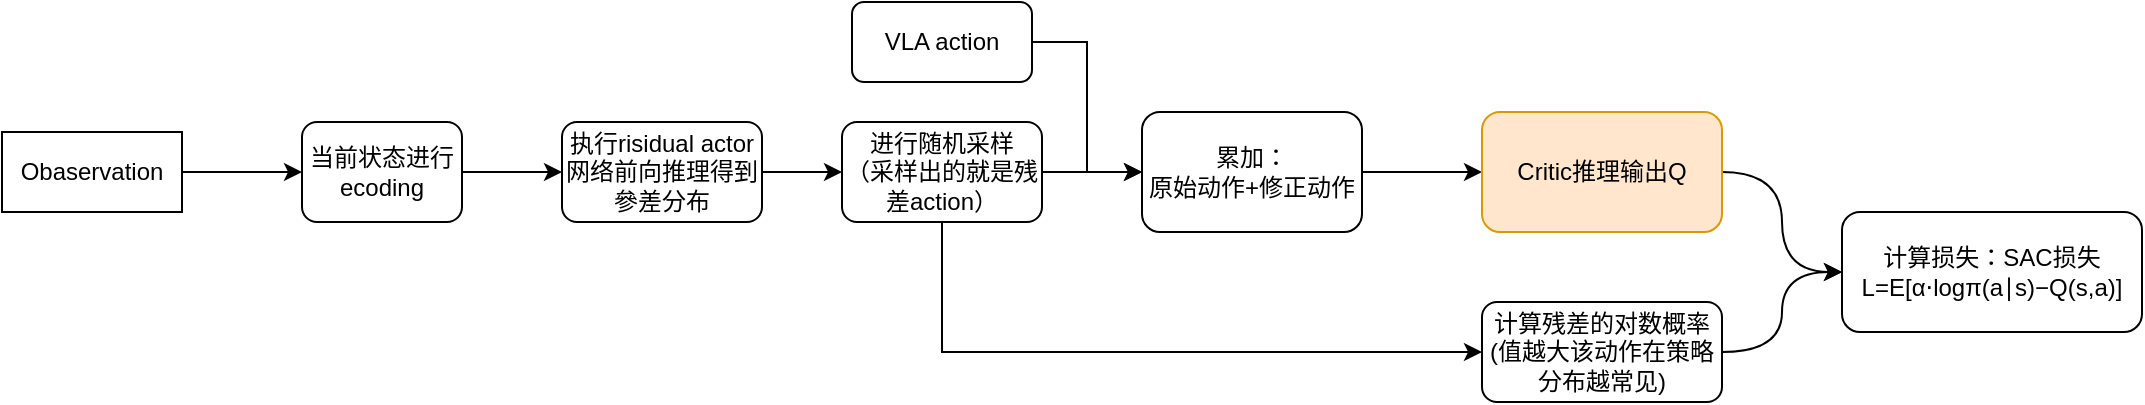
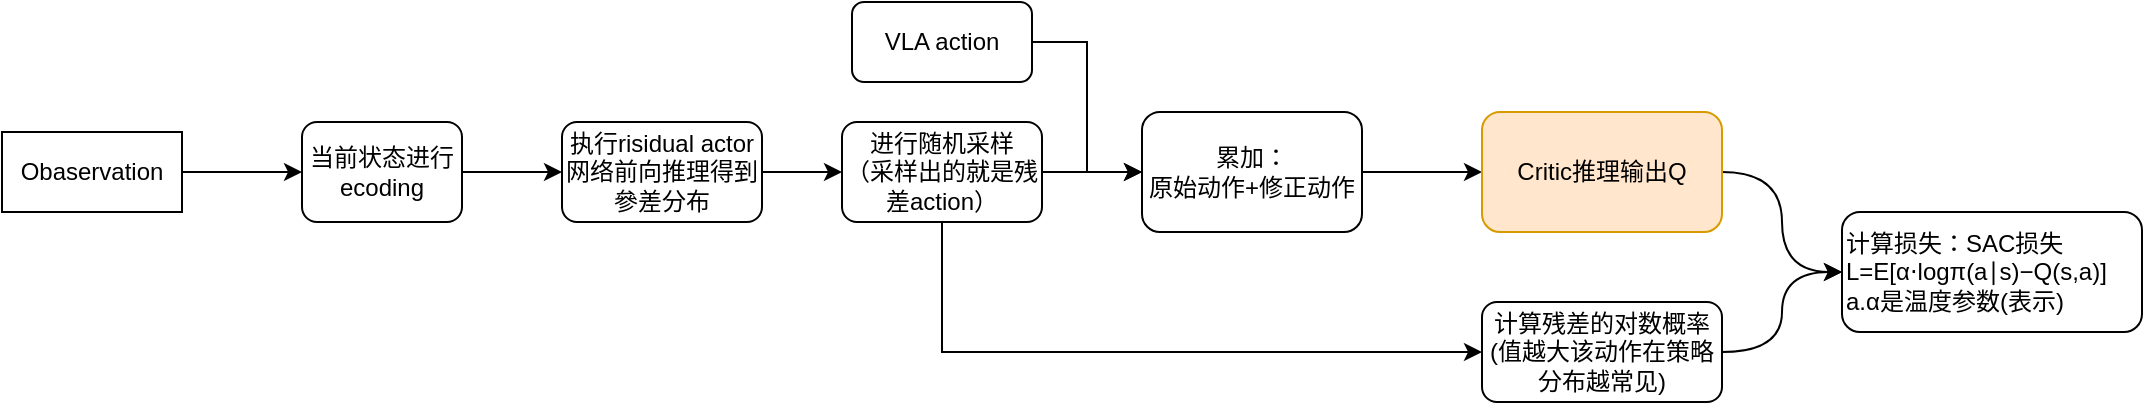
<mxfile host="app.diagrams.net">
  <diagram name="第 1 页" id="Xl2nalXjscSPXPMrPieM">
    <mxGraphModel dx="1223" dy="1125" grid="1" gridSize="10" guides="1" tooltips="1" connect="1" arrows="1" fold="1" page="1" pageScale="1" pageWidth="827" pageHeight="1169" math="0" shadow="0">
      <root>
        <mxCell id="0" />
        <mxCell id="1" parent="0" />
        <mxCell id="5m5IZYSdE89hOnIhnB_D-3" edge="1" parent="1" source="5m5IZYSdE89hOnIhnB_D-1" style="edgeStyle=orthogonalEdgeStyle;rounded=0;orthogonalLoop=1;jettySize=auto;html=1;" target="5m5IZYSdE89hOnIhnB_D-2" value="">
          <mxGeometry relative="1" as="geometry" />
        </mxCell>
        <mxCell id="5m5IZYSdE89hOnIhnB_D-1" parent="1" style="rounded=1;whiteSpace=wrap;html=1;" value="当前状态进行ecoding" vertex="1">
          <mxGeometry height="50" width="80" x="110" y="300" as="geometry" />
        </mxCell>
        <mxCell id="5m5IZYSdE89hOnIhnB_D-5" edge="1" parent="1" source="5m5IZYSdE89hOnIhnB_D-2" style="edgeStyle=orthogonalEdgeStyle;rounded=0;orthogonalLoop=1;jettySize=auto;html=1;" target="5m5IZYSdE89hOnIhnB_D-4" value="">
          <mxGeometry relative="1" as="geometry" />
        </mxCell>
        <mxCell id="5m5IZYSdE89hOnIhnB_D-2" parent="1" style="rounded=1;whiteSpace=wrap;html=1;" value="执行risidual actor网络前向推理得到參差分布" vertex="1">
          <mxGeometry height="50" width="100" x="240" y="300" as="geometry" />
        </mxCell>
        <mxCell id="5m5IZYSdE89hOnIhnB_D-7" edge="1" parent="1" source="5m5IZYSdE89hOnIhnB_D-4" style="edgeStyle=orthogonalEdgeStyle;rounded=0;orthogonalLoop=1;jettySize=auto;html=1;exitX=0.5;exitY=1;exitDx=0;exitDy=0;entryX=0;entryY=0.5;entryDx=0;entryDy=0;" target="5m5IZYSdE89hOnIhnB_D-6" value="">
          <mxGeometry relative="1" as="geometry" />
        </mxCell>
        <mxCell id="5m5IZYSdE89hOnIhnB_D-14" edge="1" parent="1" source="5m5IZYSdE89hOnIhnB_D-4" style="edgeStyle=orthogonalEdgeStyle;rounded=0;orthogonalLoop=1;jettySize=auto;html=1;exitX=1;exitY=0.5;exitDx=0;exitDy=0;entryX=0;entryY=0.5;entryDx=0;entryDy=0;" target="5m5IZYSdE89hOnIhnB_D-12">
          <mxGeometry relative="1" as="geometry" />
        </mxCell>
        <mxCell id="5m5IZYSdE89hOnIhnB_D-4" parent="1" style="rounded=1;whiteSpace=wrap;html=1;" value="进行随机采样&lt;br&gt;（采样出的就是残差action）" vertex="1">
          <mxGeometry height="50" width="100" x="380" y="300" as="geometry" />
        </mxCell>
        <mxCell id="5m5IZYSdE89hOnIhnB_D-19" edge="1" parent="1" source="5m5IZYSdE89hOnIhnB_D-6" style="edgeStyle=orthogonalEdgeStyle;rounded=0;orthogonalLoop=1;jettySize=auto;html=1;exitX=1;exitY=0.5;exitDx=0;exitDy=0;entryX=0;entryY=0.5;entryDx=0;entryDy=0;curved=1;" target="5m5IZYSdE89hOnIhnB_D-17">
          <mxGeometry relative="1" as="geometry" />
        </mxCell>
        <mxCell id="5m5IZYSdE89hOnIhnB_D-6" parent="1" style="rounded=1;whiteSpace=wrap;html=1;" value="计算残差的对数概率&lt;br&gt;(值越大该动作在策略分布越常见)" vertex="1">
          <mxGeometry height="50" width="120" x="700" y="390" as="geometry" />
        </mxCell>
        <mxCell id="5m5IZYSdE89hOnIhnB_D-9" edge="1" parent="1" source="5m5IZYSdE89hOnIhnB_D-8" style="edgeStyle=orthogonalEdgeStyle;rounded=0;orthogonalLoop=1;jettySize=auto;html=1;exitX=1;exitY=0.5;exitDx=0;exitDy=0;entryX=0;entryY=0.5;entryDx=0;entryDy=0;" target="5m5IZYSdE89hOnIhnB_D-1">
          <mxGeometry relative="1" as="geometry" />
        </mxCell>
        <mxCell id="5m5IZYSdE89hOnIhnB_D-8" parent="1" style="rounded=0;whiteSpace=wrap;html=1;" value="Obaservation" vertex="1">
          <mxGeometry height="40" width="90" x="-40" y="305" as="geometry" />
        </mxCell>
        <mxCell id="5m5IZYSdE89hOnIhnB_D-13" edge="1" parent="1" source="5m5IZYSdE89hOnIhnB_D-10" style="edgeStyle=orthogonalEdgeStyle;rounded=0;orthogonalLoop=1;jettySize=auto;html=1;exitX=1;exitY=0.5;exitDx=0;exitDy=0;entryX=0;entryY=0.5;entryDx=0;entryDy=0;" target="5m5IZYSdE89hOnIhnB_D-12">
          <mxGeometry relative="1" as="geometry" />
        </mxCell>
        <mxCell id="5m5IZYSdE89hOnIhnB_D-10" parent="1" style="rounded=1;whiteSpace=wrap;html=1;" value="VLA action" vertex="1">
          <mxGeometry height="40" width="90" x="385" y="240" as="geometry" />
        </mxCell>
        <mxCell id="5m5IZYSdE89hOnIhnB_D-16" edge="1" parent="1" source="5m5IZYSdE89hOnIhnB_D-12" style="edgeStyle=orthogonalEdgeStyle;rounded=0;orthogonalLoop=1;jettySize=auto;html=1;exitX=1;exitY=0.5;exitDx=0;exitDy=0;entryX=0;entryY=0.5;entryDx=0;entryDy=0;" target="5m5IZYSdE89hOnIhnB_D-15">
          <mxGeometry relative="1" as="geometry" />
        </mxCell>
        <mxCell id="5m5IZYSdE89hOnIhnB_D-12" parent="1" style="rounded=1;whiteSpace=wrap;html=1;" value="累加：&lt;br&gt;原始动作+修正动作" vertex="1">
          <mxGeometry height="60" width="110" x="530" y="295" as="geometry" />
        </mxCell>
        <mxCell id="5m5IZYSdE89hOnIhnB_D-18" edge="1" parent="1" source="5m5IZYSdE89hOnIhnB_D-15" style="edgeStyle=orthogonalEdgeStyle;rounded=0;orthogonalLoop=1;jettySize=auto;html=1;exitX=1;exitY=0.5;exitDx=0;exitDy=0;entryX=0;entryY=0.5;entryDx=0;entryDy=0;curved=1;" target="5m5IZYSdE89hOnIhnB_D-17">
          <mxGeometry relative="1" as="geometry" />
        </mxCell>
        <mxCell id="5m5IZYSdE89hOnIhnB_D-15" parent="1" style="rounded=1;whiteSpace=wrap;html=1;fillColor=#ffe6cc;strokeColor=#d79b00;" value="Critic推理输出Q" vertex="1">
          <mxGeometry height="60" width="120" x="700" y="295" as="geometry" />
        </mxCell>
-         <mxCell id="5m5IZYSdE89hOnIhnB_D-17" parent="1" style="rounded=1;whiteSpace=wrap;html=1;" value="计算损失：SAC损失&lt;br&gt;L=E[α⋅logπ(a∣s)−Q(s,a)]" vertex="1">
+         <mxCell id="5m5IZYSdE89hOnIhnB_D-17" parent="1" style="rounded=1;whiteSpace=wrap;html=1;align=left;" value="计算损失：SAC损失&lt;br&gt;L=E[α⋅logπ(a∣s)−Q(s,a)]&lt;div&gt;a.α是温度参数(表示)&lt;/div&gt;" vertex="1">
          <mxGeometry height="60" width="150" x="880" y="345" as="geometry" />
        </mxCell>
      </root>
    </mxGraphModel>
  </diagram>
</mxfile>
